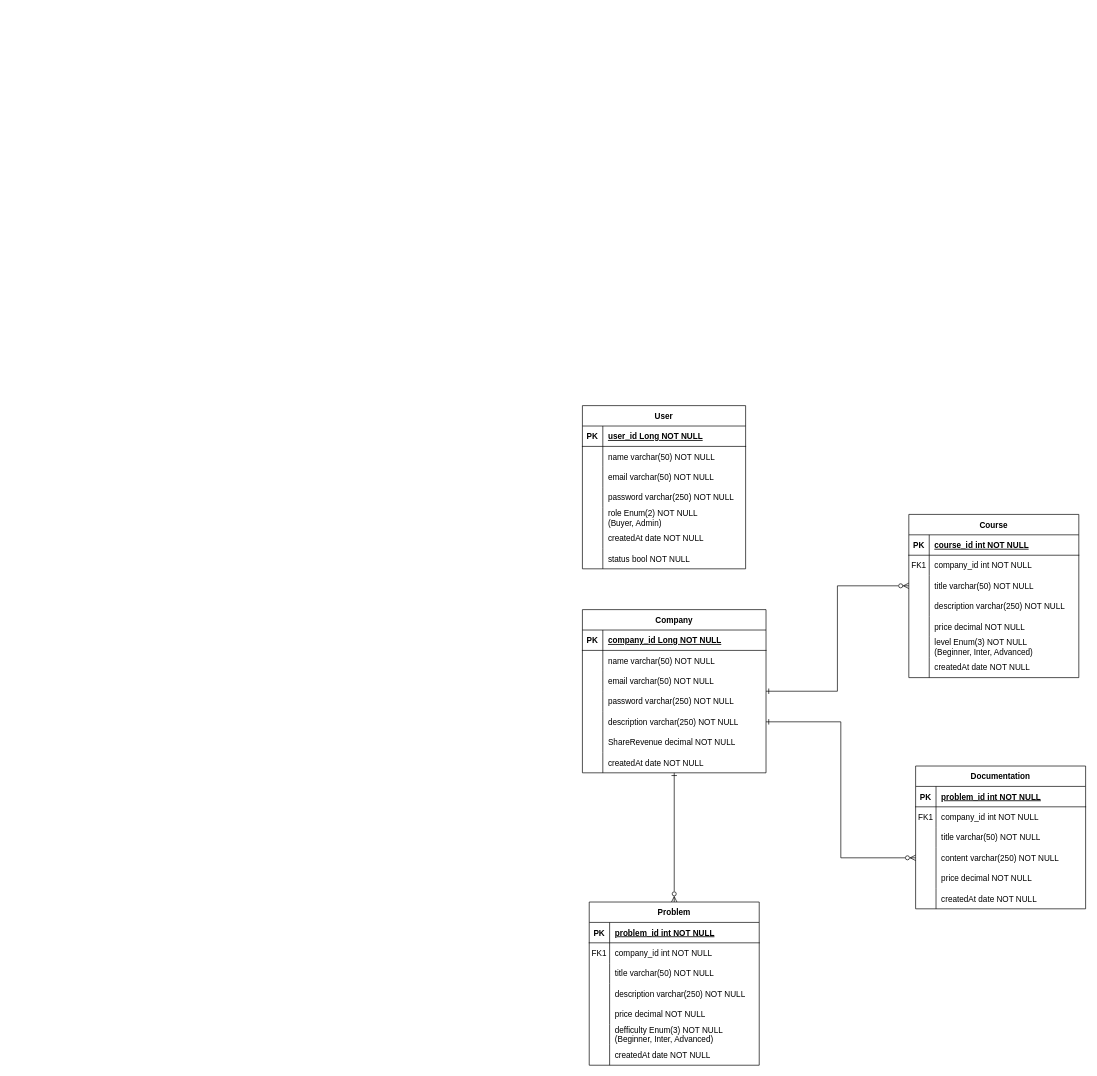
This is Untitled Diagram.drawio from Hansil-Chapadiya/java-training-bacancy, a draw.io file, before an edit. Source tidied: cells renumbered, new cells numbered last; positions are measured from the earlier drawing's top-left corner, leaving out a move shared by most shapes. Both pictures are drawn from the tidied source at 68%, with x=0, y=0 at pixel (582, 405).
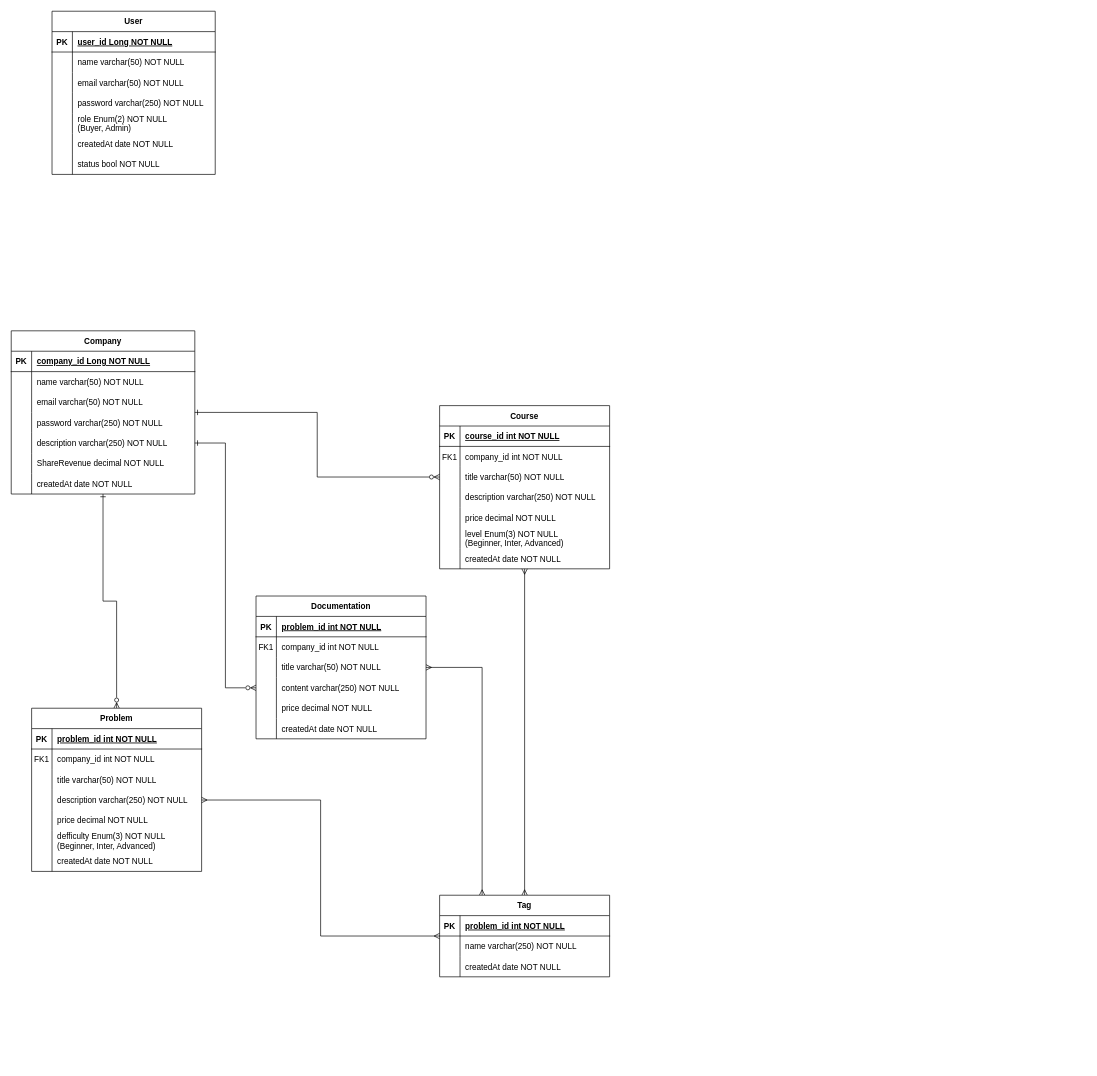
Above is the later version.

Unchanged cells that the change refers to:
```xml
<mxCell id="80" style="shape=partialRectangle;fillColor=none;points=[[0,0.5],[1,0.5]];portConstraint=eastwest;top=0;left=0;right=0;bottom=0;" parent="70" vertex="1">
  <mxGeometry y="120" width="250" height="30" as="geometry" />
</mxCell>
```

Change to the diagram source:
```diff
@@
+    <mxCell id="112" style="edgeStyle=orthogonalEdgeStyle;rounded=0;jettySize=auto;html=1;entryX=0.5;entryY=0;entryDx=0;entryDy=0;startArrow=ERmany;startFill=0;endArrow=ERmany;endFill=0;" parent="1" edge="1" source="2" target="114">
+      <mxGeometry relative="1" as="geometry" />
+    </mxCell>
     <mxCell id="2" value="Course" style="shape=table;startSize=30;childLayout=tableLayout;rowLines=0;fontStyle=1;align=center;" parent="1" vertex="1">
-      <mxGeometry x="480" y="160" width="250" height="240" as="geometry" />
+      <mxGeometry x="-210" width="250" height="240" as="geometry" />
     </mxCell>
@@
     <mxCell id="24" value="User" style="shape=table;startSize=30;childLayout=tableLayout;rowLines=0;fontStyle=1;align=center;" parent="1" vertex="1">
-      <mxGeometry width="240" height="240" as="geometry" />
+      <mxGeometry x="-780" y="-580" width="240" height="240" as="geometry" />
     </mxCell>
@@
     <mxCell id="48" value="Company" style="shape=table;startSize=30;childLayout=tableLayout;rowLines=0;fontStyle=1;align=center;" parent="1" vertex="1">
-      <mxGeometry y="300" width="270" height="240" as="geometry" />
+      <mxGeometry x="-840" y="-110" width="270" height="240" as="geometry" />
     </mxCell>
@@
     <mxCell id="70" value="Problem" style="shape=table;startSize=30;childLayout=tableLayout;rowLines=0;fontStyle=1;align=center;" parent="1" vertex="1">
-      <mxGeometry x="10" y="730" width="250" height="240" as="geometry" />
+      <mxGeometry x="-810" y="445" width="250" height="240" as="geometry" />
     </mxCell>
@@
+    <mxCell id="113" style="edgeStyle=orthogonalEdgeStyle;rounded=0;jettySize=auto;html=1;entryX=0.25;entryY=0;entryDx=0;entryDy=0;startArrow=ERmany;startFill=0;endArrow=ERmany;endFill=0;" parent="1" edge="1" source="92" target="114">
+      <mxGeometry relative="1" as="geometry" />
+    </mxCell>
     <mxCell id="92" value="Documentation" style="shape=table;startSize=30;childLayout=tableLayout;rowLines=0;fontStyle=1;align=center;" parent="1" vertex="1">
-      <mxGeometry x="490" y="530" width="250" height="210" as="geometry" />
+      <mxGeometry x="-480" y="280" width="250" height="210" as="geometry" />
     </mxCell>
@@
+    <mxCell id="114" value="Tag" style="shape=table;startSize=30;childLayout=tableLayout;rowLines=0;fontStyle=1;align=center;" parent="1" vertex="1">
+      <mxGeometry x="-210" y="720" width="250" height="120" as="geometry" />
+    </mxCell>
+    <mxCell id="115" style="shape=partialRectangle;fillColor=none;top=0;left=0;right=0;bottom=1;" parent="114" vertex="1">
+      <mxGeometry y="30" width="250" height="30" as="geometry" />
+    </mxCell>
+    <mxCell id="116" value="PK" style="shape=partialRectangle;overflow=hidden;fillColor=none;top=0;left=0;bottom=0;right=0;fontStyle=1;" parent="115" vertex="1">
+      <mxGeometry width="30" height="30" as="geometry" />
+    </mxCell>
+    <mxCell id="117" value="problem_id int NOT NULL " style="shape=partialRectangle;overflow=hidden;fillColor=none;top=0;left=0;bottom=0;right=0;align=left;spacingLeft=6;fontStyle=5;" parent="115" vertex="1">
+      <mxGeometry x="30" width="220" height="30" as="geometry" />
+    </mxCell>
+    <mxCell id="118" style="shape=partialRectangle;fillColor=none;top=0;left=0;right=0;bottom=0;" parent="114" vertex="1">
+      <mxGeometry y="60" width="250" height="30" as="geometry" />
+    </mxCell>
+    <mxCell id="119" style="shape=partialRectangle;overflow=hidden;fillColor=none;top=0;left=0;bottom=0;right=0;" parent="118" vertex="1">
+      <mxGeometry width="30" height="30" as="geometry" />
+    </mxCell>
+    <mxCell id="120" value="name varchar(250) NOT NULL" style="shape=partialRectangle;overflow=hidden;fillColor=none;top=0;left=0;bottom=0;right=0;align=left;spacingLeft=6;" parent="118" vertex="1">
+      <mxGeometry x="30" width="220" height="30" as="geometry" />
+    </mxCell>
+    <mxCell id="121" style="shape=partialRectangle;fillColor=none;top=0;left=0;right=0;bottom=0;" parent="114" vertex="1">
+      <mxGeometry y="90" width="250" height="30" as="geometry" />
+    </mxCell>
+    <mxCell id="122" style="shape=partialRectangle;overflow=hidden;fillColor=none;top=0;left=0;bottom=0;right=0;" parent="121" vertex="1">
+      <mxGeometry width="30" height="30" as="geometry" />
+    </mxCell>
+    <mxCell id="123" value="createdAt date NOT NULL" style="shape=partialRectangle;overflow=hidden;fillColor=none;top=0;left=0;bottom=0;right=0;align=left;spacingLeft=6;" parent="121" vertex="1">
+      <mxGeometry x="30" width="220" height="30" as="geometry" />
+    </mxCell>
+    <mxCell id="124" style="edgeStyle=orthogonalEdgeStyle;rounded=0;jettySize=auto;html=1;exitX=1;exitY=0.5;exitDx=0;exitDy=0;entryX=0;entryY=0.5;entryDx=0;entryDy=0;startArrow=ERmany;startFill=0;endArrow=ERmany;endFill=0;" parent="1" edge="1" source="80" target="114">
+      <mxGeometry relative="1" as="geometry" />
+    </mxCell>
```
